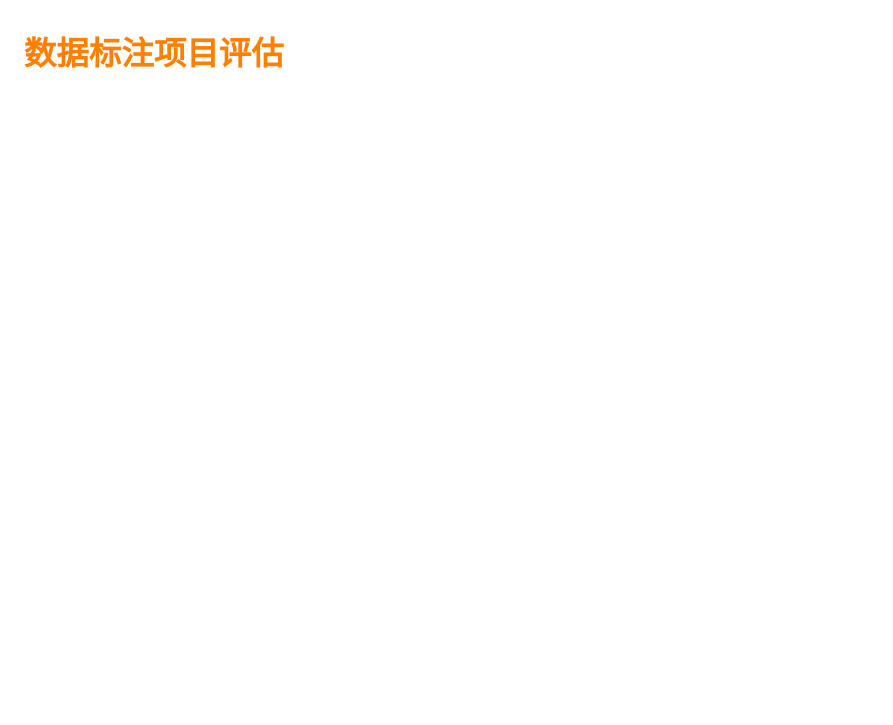
Earlier version of the draw.io diagram page "数据标注项目评估" (5 of 6) of 人工智能训练师三级.drawio (n-i-n-g-e-n/drawio). Source tidied: cells renumbered, new cells numbered last; positions are measured from the earlier drawing's top-left corner, leaving out a move shared by most shapes. Both pictures are drawn from the tidied source at 125%, with x=0, y=0 at pixel (21, 28).
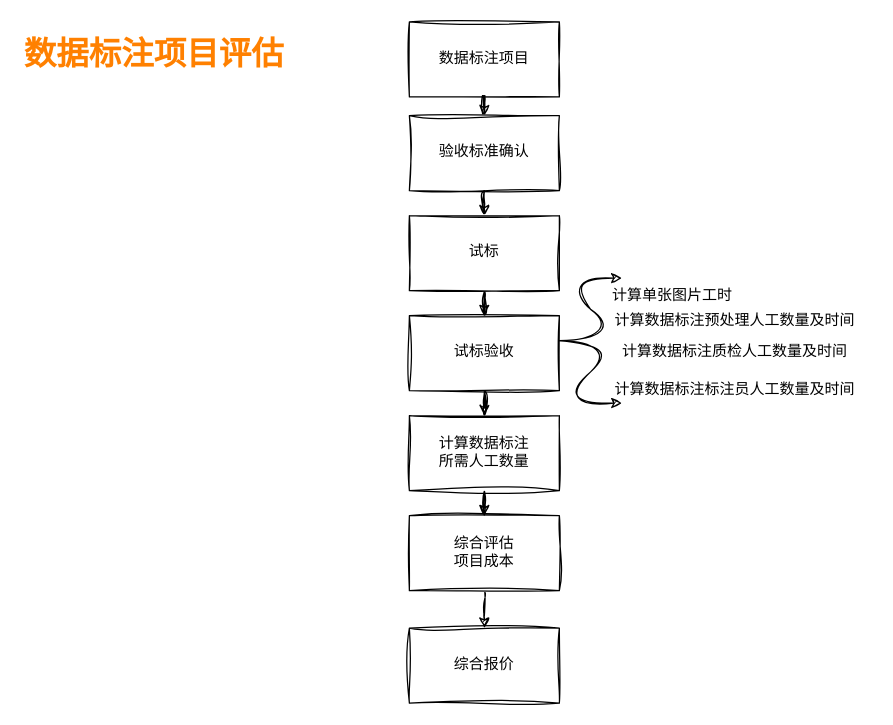
The same page after the edit.

Commit message (it also covers changes not shown here):
更新人工智能训练师三级.drawio

Diff of the diagram source:
```diff
@@
+    <mxCell id="3" style="edgeStyle=orthogonalEdgeStyle;rounded=0;sketch=1;hachureGap=4;jiggle=2;curveFitting=1;jettySize=auto;html=1;fontFamily=Architects Daughter;" parent="1" edge="1" source="4" target="6">
+      <mxGeometry relative="1" as="geometry" />
+    </mxCell>
+    <mxCell id="4" value="数据标注项目" style="rounded=0;whiteSpace=wrap;html=1;sketch=1;hachureGap=4;jiggle=2;curveFitting=1;fontFamily=Architects Daughter;" parent="1" vertex="1">
+      <mxGeometry x="310" y="-5" width="120" height="60" as="geometry" />
+    </mxCell>
+    <mxCell id="5" style="edgeStyle=orthogonalEdgeStyle;rounded=0;sketch=1;hachureGap=4;jiggle=2;curveFitting=1;jettySize=auto;html=1;fontFamily=Architects Daughter;" parent="1" edge="1" source="6" target="8">
+      <mxGeometry relative="1" as="geometry" />
+    </mxCell>
+    <mxCell id="6" value="验收标准确认" style="rounded=0;whiteSpace=wrap;html=1;sketch=1;hachureGap=4;jiggle=2;curveFitting=1;fontFamily=Architects Daughter;" parent="1" vertex="1">
+      <mxGeometry x="310" y="70" width="120" height="60" as="geometry" />
+    </mxCell>
+    <mxCell id="7" style="edgeStyle=orthogonalEdgeStyle;rounded=0;sketch=1;hachureGap=4;jiggle=2;curveFitting=1;jettySize=auto;html=1;fontFamily=Architects Daughter;" parent="1" edge="1" source="8" target="10">
+      <mxGeometry relative="1" as="geometry" />
+    </mxCell>
+    <mxCell id="8" value="试标" style="rounded=0;whiteSpace=wrap;html=1;sketch=1;hachureGap=4;jiggle=2;curveFitting=1;fontFamily=Architects Daughter;" parent="1" vertex="1">
+      <mxGeometry x="310" y="150" width="120" height="60" as="geometry" />
+    </mxCell>
+    <mxCell id="9" style="edgeStyle=orthogonalEdgeStyle;rounded=0;sketch=1;hachureGap=4;jiggle=2;curveFitting=1;jettySize=auto;html=1;fontFamily=Architects Daughter;" parent="1" edge="1" source="10" target="12">
+      <mxGeometry relative="1" as="geometry" />
+    </mxCell>
+    <mxCell id="10" value="试标验收" style="rounded=0;whiteSpace=wrap;html=1;sketch=1;hachureGap=4;jiggle=2;curveFitting=1;fontFamily=Architects Daughter;" parent="1" vertex="1">
+      <mxGeometry x="310" y="230" width="120" height="60" as="geometry" />
+    </mxCell>
+    <mxCell id="11" style="edgeStyle=orthogonalEdgeStyle;rounded=0;sketch=1;hachureGap=4;jiggle=2;curveFitting=1;jettySize=auto;html=1;fontFamily=Architects Daughter;" parent="1" edge="1" source="12" target="14">
+      <mxGeometry relative="1" as="geometry" />
+    </mxCell>
+    <mxCell id="12" value="计算数据标注&lt;div&gt;所需人工数量&lt;/div&gt;" style="rounded=0;whiteSpace=wrap;html=1;sketch=1;hachureGap=4;jiggle=2;curveFitting=1;fontFamily=Architects Daughter;" parent="1" vertex="1">
+      <mxGeometry x="310" y="310" width="120" height="60" as="geometry" />
+    </mxCell>
+    <mxCell id="13" style="edgeStyle=orthogonalEdgeStyle;rounded=0;sketch=1;hachureGap=4;jiggle=2;curveFitting=1;jettySize=auto;html=1;fontFamily=Architects Daughter;" parent="1" edge="1" source="14" target="15">
+      <mxGeometry relative="1" as="geometry" />
+    </mxCell>
+    <mxCell id="14" value="综合评估&lt;div&gt;项目成本&lt;/div&gt;" style="rounded=0;whiteSpace=wrap;html=1;sketch=1;hachureGap=4;jiggle=2;curveFitting=1;fontFamily=Architects Daughter;" parent="1" vertex="1">
+      <mxGeometry x="310" y="390" width="120" height="60" as="geometry" />
+    </mxCell>
+    <mxCell id="15" value="综合报价" style="rounded=0;whiteSpace=wrap;html=1;sketch=1;hachureGap=4;jiggle=2;curveFitting=1;fontFamily=Architects Daughter;" parent="1" vertex="1">
+      <mxGeometry x="310" y="480" width="120" height="60" as="geometry" />
+    </mxCell>
+    <mxCell id="16" style="curved=1;endArrow=classic;html=1;rounded=0;sketch=1;hachureGap=4;jiggle=2;curveFitting=1;fontFamily=Architects Daughter;" parent="1" edge="1">
+      <mxGeometry relative="1" as="geometry">
+        <mxPoint x="430" y="250" as="sourcePoint" />
+        <mxPoint x="480" y="200" as="targetPoint" />
+        <Array as="points">
+          <mxPoint x="480" y="250" />
+          <mxPoint x="430" y="200" />
+        </Array>
+      </mxGeometry>
+    </mxCell>
+    <mxCell id="17" style="curved=1;endArrow=classic;html=1;rounded=0;sketch=1;hachureGap=4;jiggle=2;curveFitting=1;fontFamily=Architects Daughter;" parent="1" edge="1">
+      <mxGeometry relative="1" as="geometry">
+        <mxPoint x="430" y="250" as="sourcePoint" />
+        <mxPoint x="480" y="300" as="targetPoint" />
+        <Array as="points">
+          <mxPoint x="480" y="250" />
+          <mxPoint x="430" y="300" />
+        </Array>
+      </mxGeometry>
+    </mxCell>
+    <mxCell id="18" value="计算单张图片工时" style="text;html=1;align=center;verticalAlign=middle;strokeColor=none;fillColor=none;fontFamily=Architects Daughter;" parent="1" vertex="1">
+      <mxGeometry x="460" y="200" width="120" height="30" as="geometry" />
+    </mxCell>
+    <mxCell id="19" value="计算数据标注预处理人工数量及时间" style="text;html=1;align=center;verticalAlign=middle;strokeColor=none;fillColor=none;fontFamily=Architects Daughter;" parent="1" vertex="1">
+      <mxGeometry x="460" y="220" width="220" height="30" as="geometry" />
+    </mxCell>
+    <mxCell id="20" value="计算数据标注质检人工数量及时间" style="text;html=1;align=center;verticalAlign=middle;strokeColor=none;fillColor=none;fontFamily=Architects Daughter;" parent="1" vertex="1">
+      <mxGeometry x="470" y="245" width="200" height="30" as="geometry" />
+    </mxCell>
+    <mxCell id="21" value="计算数据标注标注员人工数量及时间" style="text;html=1;align=center;verticalAlign=middle;strokeColor=none;fillColor=none;fontFamily=Architects Daughter;" parent="1" vertex="1">
+      <mxGeometry x="460" y="275" width="220" height="30" as="geometry" />
+    </mxCell>
```
